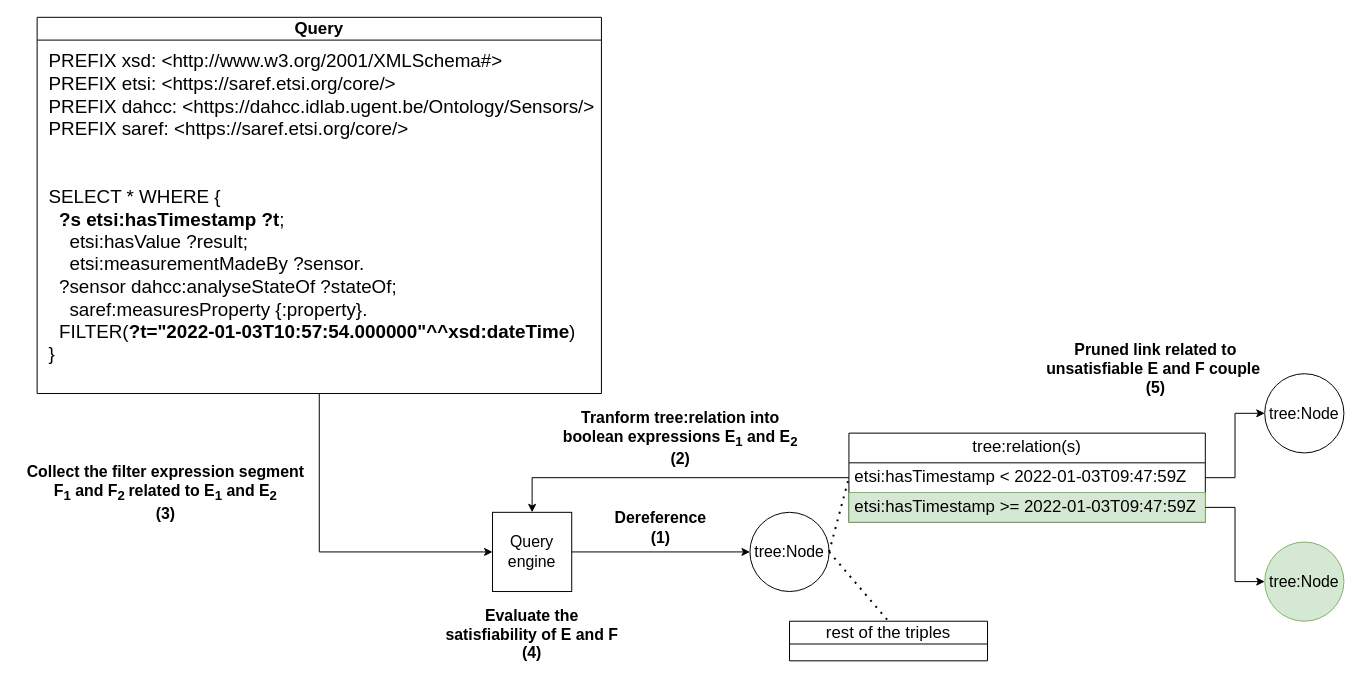
Before: image/running_example.drawio in constraintAutomaton/rule-based-approach-for-source-selection-in-LTQP, a draw.io diagram. Source tidied: cells renumbered, new cells numbered last; positions are measured from the earlier drawing's top-left corner, leaving out a move shared by most shapes. Both pictures are drawn from the tidied source at 99%, with x=0, y=0 at pixel (17, 17).
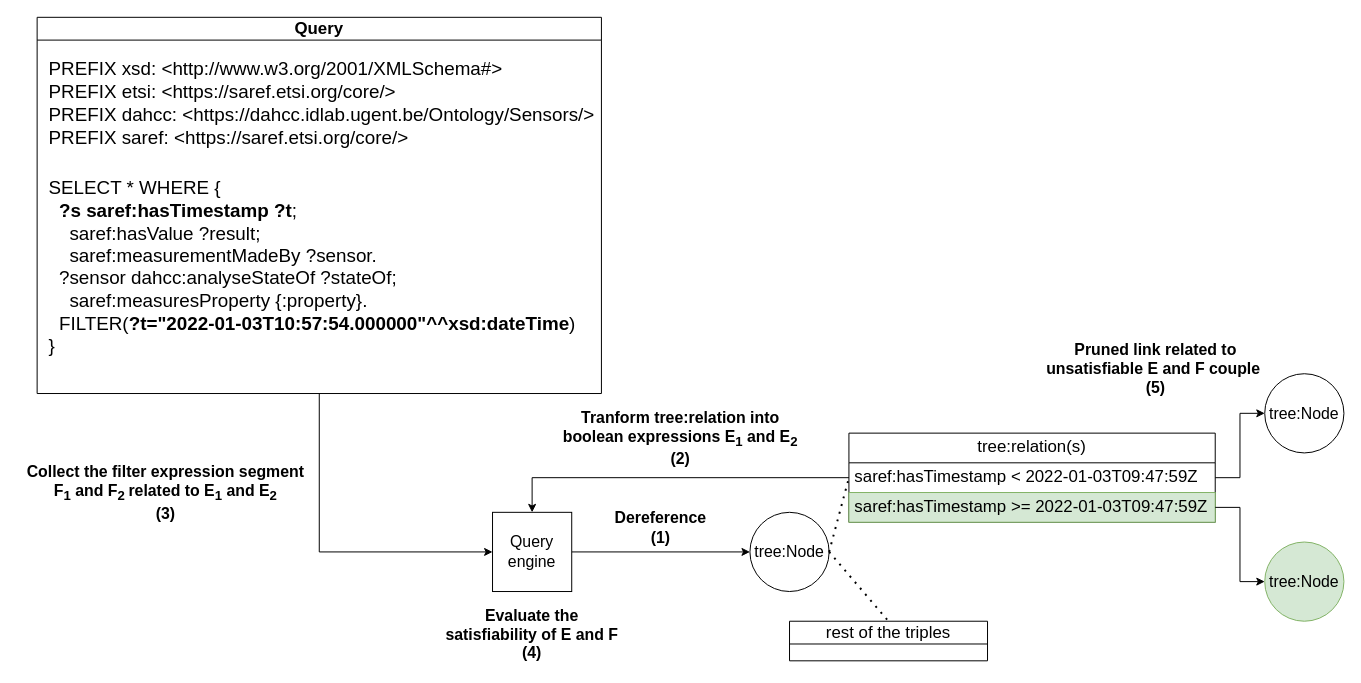
The same page after the edit.

Commit message (it also covers changes not shown here):
figure updated to fit the new prefix

The change refers to these unchanged cells:
```xml
<mxCell id="19" value="&lt;font style=&quot;font-size: 17px;&quot;&gt;Query&lt;/font&gt;" style="swimlane;whiteSpace=wrap;html=1;" parent="1" vertex="1">
  <mxGeometry x="20" width="570" height="380" as="geometry" />
</mxCell>
```

What changed in the source:
```diff
@@
     <mxCell id="3" value="&lt;font style=&quot;font-size: 17px;&quot;&gt;tree:relation(s)&lt;/font&gt;" style="swimlane;fontStyle=0;horizontal=1;startSize=30;whiteSpace=wrap;html=1;" parent="1" vertex="1">
-      <mxGeometry x="840" y="420" width="360" height="90" as="geometry" />
+      <mxGeometry x="840" y="420" width="370" height="90" as="geometry" />
     </mxCell>
-    <mxCell id="4" value="&lt;font style=&quot;font-size: 17px;&quot;&gt;etsi:hasTimestamp &amp;lt;&amp;nbsp;&lt;/font&gt;&lt;span style=&quot;font-size: 17px;&quot;&gt;2022-01-03T09:47:59Z&lt;/span&gt;" style="text;strokeColor=none;fillColor=none;align=left;verticalAlign=middle;spacingLeft=4;spacingRight=4;overflow=hidden;points=[[0,0.5],[1,0.5]];portConstraint=eastwest;whiteSpace=wrap;html=1;" parent="3" vertex="1">
-      <mxGeometry y="30" width="360" height="30" as="geometry" />
+    <mxCell id="4" value="&lt;font style=&quot;font-size: 17px;&quot;&gt;saref:hasTimestamp &amp;lt;&amp;nbsp;&lt;/font&gt;&lt;span style=&quot;font-size: 17px;&quot;&gt;2022-01-03T09:47:59Z&lt;/span&gt;" style="text;strokeColor=none;fillColor=none;align=left;verticalAlign=middle;spacingLeft=4;spacingRight=4;overflow=hidden;points=[[0,0.5],[1,0.5]];portConstraint=eastwest;whiteSpace=wrap;html=1;" parent="3" vertex="1">
+      <mxGeometry y="30" width="370" height="30" as="geometry" />
     </mxCell>
-    <mxCell id="5" value="&lt;font style=&quot;font-size: 17px;&quot;&gt;etsi:hasTimestamp &amp;gt;= 2022-01-03T09:47:59Z&lt;/font&gt;" style="text;strokeColor=#82b366;fillColor=#d5e8d4;align=left;verticalAlign=middle;spacingLeft=4;spacingRight=4;overflow=hidden;points=[[0,0.5],[1,0.5]];portConstraint=eastwest;whiteSpace=wrap;html=1;" parent="3" vertex="1">
-      <mxGeometry y="60" width="360" height="30" as="geometry" />
+    <mxCell id="5" value="&lt;font style=&quot;font-size: 17px;&quot;&gt;saref:hasTimestamp &amp;gt;= 2022-01-03T09:47:59Z&lt;/font&gt;" style="text;strokeColor=#82b366;fillColor=#d5e8d4;align=left;verticalAlign=middle;spacingLeft=4;spacingRight=4;overflow=hidden;points=[[0,0.5],[1,0.5]];portConstraint=eastwest;whiteSpace=wrap;html=1;" parent="3" vertex="1">
+      <mxGeometry y="60" width="370" height="30" as="geometry" />
     </mxCell>
@@
-    <mxCell id="20" value="&lt;font style=&quot;font-size: 19px;&quot;&gt;PREFIX xsd: &amp;lt;http://www.w3.org/2001/XMLSchema#&amp;gt;&amp;nbsp;&lt;br style=&quot;padding: 0px; margin: 0px;&quot;&gt;PREFIX etsi: &amp;lt;https://saref.etsi.org/core/&amp;gt;&lt;br style=&quot;padding: 0px; margin: 0px;&quot;&gt;PREFIX dahcc: &amp;lt;https://dahcc.idlab.ugent.be/Ontology/Sensors/&amp;gt;&lt;br style=&quot;padding: 0px; margin: 0px;&quot;&gt;PREFIX saref: &amp;lt;https://saref.etsi.org/core/&amp;gt;&lt;br style=&quot;padding: 0px; margin: 0px;&quot;&gt;&lt;br style=&quot;padding: 0px; margin: 0px;&quot;&gt;&lt;br style=&quot;padding: 0px; margin: 0px;&quot;&gt;SELECT * WHERE {&lt;br style=&quot;padding: 0px; margin: 0px;&quot;&gt;&amp;nbsp; &lt;b&gt;?s etsi:hasTimestamp ?t&lt;/b&gt;;&lt;br style=&quot;padding: 0px; margin: 0px;&quot;&gt;&amp;nbsp; &amp;nbsp; etsi:hasValue ?result;&lt;br style=&quot;padding: 0px; margin: 0px;&quot;&gt;&amp;nbsp; &amp;nbsp; etsi:measurementMadeBy ?sensor.&lt;br style=&quot;padding: 0px; margin: 0px;&quot;&gt;&amp;nbsp; ?sensor dahcc:analyseStateOf ?stateOf;&lt;br style=&quot;padding: 0px; margin: 0px;&quot;&gt;&amp;nbsp; &amp;nbsp; saref:measuresProperty {:property}.&lt;br style=&quot;padding: 0px; margin: 0px;&quot;&gt;&amp;nbsp; FILTER(&lt;b&gt;?t=&quot;2022-01-03T10:57:54.000000&quot;^^xsd:dateTime&lt;/b&gt;)&lt;br style=&quot;padding: 0px; margin: 0px;&quot;&gt;}&lt;/font&gt;" style="text;html=1;align=left;verticalAlign=middle;whiteSpace=wrap;rounded=0;" parent="19" vertex="1">
+    <mxCell id="20" value="&lt;font style=&quot;&quot;&gt;&lt;span style=&quot;font-size: 19px;&quot;&gt;PREFIX xsd: &amp;lt;http://www.w3.org/2001/XMLSchema#&amp;gt;&amp;nbsp;&lt;/span&gt;&lt;br style=&quot;padding: 0px; margin: 0px;&quot;&gt;&lt;span style=&quot;font-size: 19px;&quot;&gt;PREFIX etsi: &amp;lt;https://saref.etsi.org/core/&amp;gt;&lt;/span&gt;&lt;br style=&quot;padding: 0px; margin: 0px;&quot;&gt;&lt;span style=&quot;font-size: 19px;&quot;&gt;PREFIX dahcc: &amp;lt;https://dahcc.idlab.ugent.be/Ontology/Sensors/&amp;gt;&lt;/span&gt;&lt;br style=&quot;padding: 0px; margin: 0px;&quot;&gt;&lt;span style=&quot;font-size: 19px;&quot;&gt;PREFIX saref: &amp;lt;https://saref.etsi.org/core/&amp;gt;&lt;/span&gt;&lt;br style=&quot;padding: 0px; margin: 0px;&quot;&gt;&lt;br style=&quot;padding: 0px; margin: 0px;&quot;&gt;&lt;br style=&quot;padding: 0px; margin: 0px;&quot;&gt;&lt;span style=&quot;font-size: 19px;&quot;&gt;SELECT * WHERE {&lt;/span&gt;&lt;br style=&quot;padding: 0px; margin: 0px;&quot;&gt;&lt;span style=&quot;font-size: 19px;&quot;&gt;&amp;nbsp; &lt;/span&gt;&lt;b style=&quot;font-size: 19px;&quot;&gt;?s &lt;/b&gt;&lt;span style=&quot;font-size: 19px;&quot;&gt;&lt;b&gt;saref&lt;/b&gt;&lt;/span&gt;&lt;b style=&quot;font-size: 19px;&quot;&gt;:hasTimestamp ?t&lt;/b&gt;&lt;span style=&quot;font-size: 19px;&quot;&gt;;&lt;/span&gt;&lt;br style=&quot;padding: 0px; margin: 0px;&quot;&gt;&lt;span style=&quot;font-size: 19px;&quot;&gt;&amp;nbsp; &amp;nbsp; saref:hasValue ?result;&lt;/span&gt;&lt;br style=&quot;padding: 0px; margin: 0px;&quot;&gt;&lt;span style=&quot;font-size: 19px;&quot;&gt;&amp;nbsp; &amp;nbsp; saref:measurementMadeBy ?sensor.&lt;/span&gt;&lt;br style=&quot;padding: 0px; margin: 0px;&quot;&gt;&lt;span style=&quot;font-size: 19px;&quot;&gt;&amp;nbsp; ?sensor dahcc:analyseStateOf ?stateOf;&lt;/span&gt;&lt;br style=&quot;padding: 0px; margin: 0px;&quot;&gt;&lt;span style=&quot;font-size: 19px;&quot;&gt;&amp;nbsp; &amp;nbsp; saref:measuresProperty {:property}.&lt;/span&gt;&lt;br style=&quot;padding: 0px; margin: 0px;&quot;&gt;&lt;span style=&quot;font-size: 19px;&quot;&gt;&amp;nbsp; FILTER(&lt;/span&gt;&lt;b style=&quot;font-size: 19px;&quot;&gt;?t=&quot;2022-01-03T10:57:54.000000&quot;^^xsd:dateTime&lt;/b&gt;&lt;span style=&quot;font-size: 19px;&quot;&gt;)&lt;/span&gt;&lt;br style=&quot;padding: 0px; margin: 0px;&quot;&gt;&lt;span style=&quot;font-size: 19px;&quot;&gt;}&lt;/span&gt;&lt;/font&gt;" style="text;html=1;align=left;verticalAlign=middle;whiteSpace=wrap;rounded=0;" parent="19" vertex="1">
       <mxGeometry x="10" y="25" width="560" height="335" as="geometry" />
     </mxCell>
```
